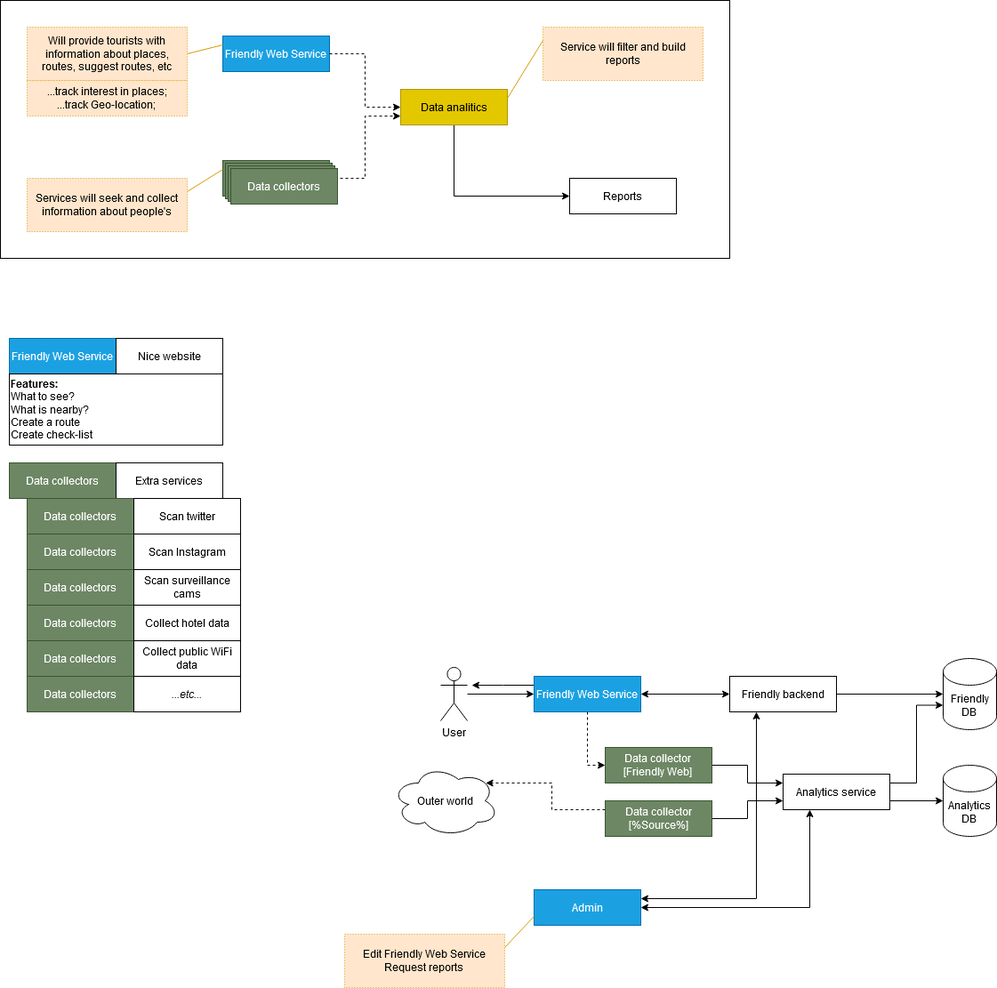
Before: .documentation/promise.png, a diagram exported from draw.io (stainless-chief/h-izumo-navi). Source tidied: cells renumbered, new cells last; positions are measured from the earlier drawing's top-left corner, leaving out a move shared by most shapes.
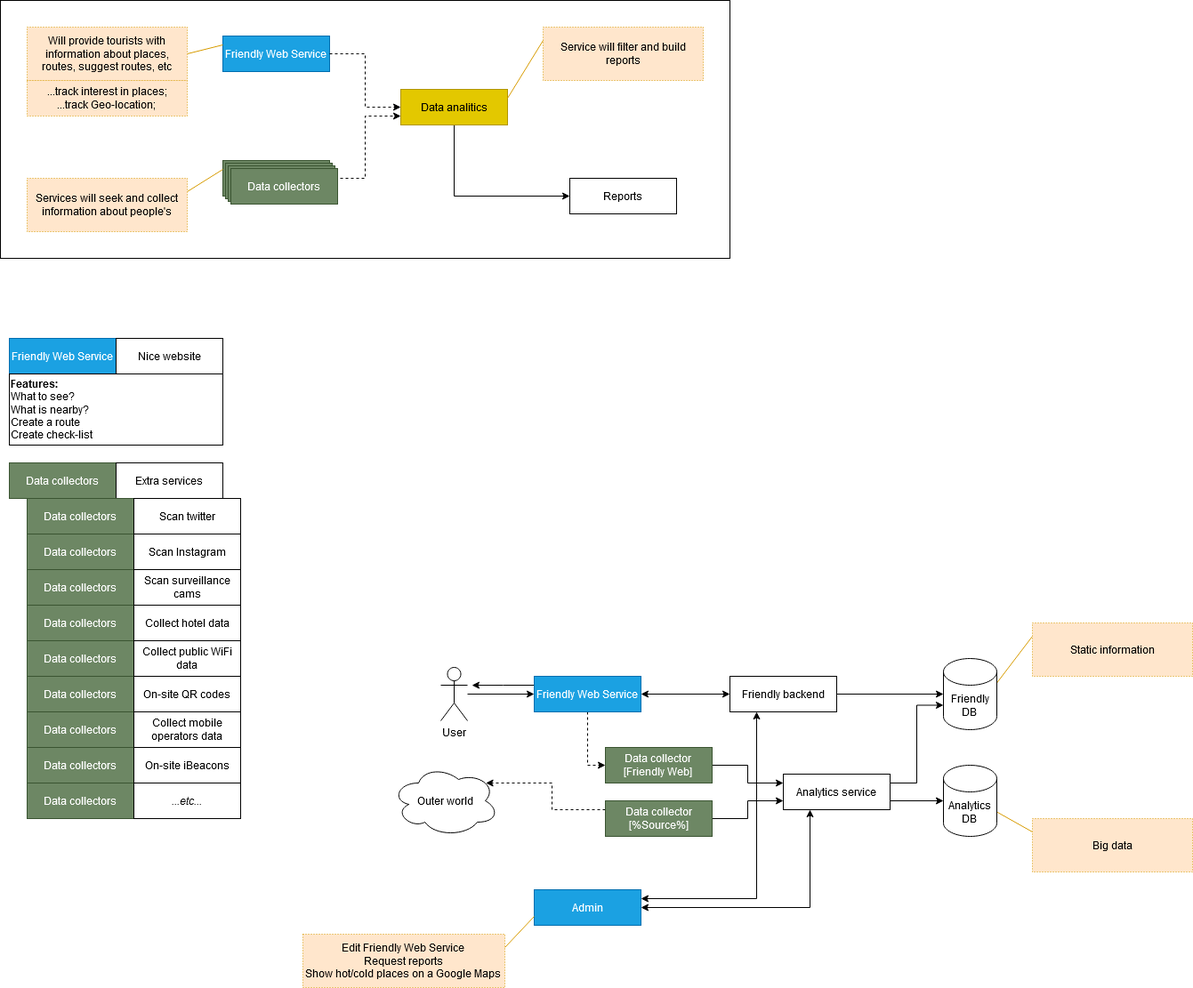
Later version of the same file.

Diff of the diagram source:
```diff
@@ -99,10 +99,10 @@
       <mxGeometry x="150" y="720" width="120" height="40" as="geometry" />
     </mxCell>
     <mxCell id="34" value="Data collectors" style="rounded=0;whiteSpace=wrap;html=1;fillColor=#6d8764;strokeColor=#3A5431;fontColor=#ffffff;" parent="1" vertex="1">
-      <mxGeometry x="30" y="760" width="120" height="40" as="geometry" />
+      <mxGeometry x="30" y="880" width="120" height="40" as="geometry" />
     </mxCell>
     <mxCell id="35" value="&lt;i&gt;...etc...&lt;/i&gt;" style="rounded=0;whiteSpace=wrap;html=1;" parent="1" vertex="1">
-      <mxGeometry x="150" y="760" width="120" height="40" as="geometry" />
+      <mxGeometry x="150" y="880" width="120" height="40" as="geometry" />
     </mxCell>
     <mxCell id="36" style="edgeStyle=orthogonalEdgeStyle;rounded=0;jettySize=auto;html=1;exitX=0.5;exitY=1;exitDx=0;exitDy=0;entryX=0;entryY=0.5;entryDx=0;entryDy=0;dashed=1;" parent="1" edge="1" source="39" target="41">
       <mxGeometry relative="1" as="geometry" />
@@ -166,20 +166,50 @@
     <mxCell id="55" value="Admin" style="rounded=0;whiteSpace=wrap;html=1;fillColor=#1ba1e2;strokeColor=#006EAF;fontColor=#ffffff;" parent="1" vertex="1">
       <mxGeometry x="600" y="1000" width="120" height="40" as="geometry" />
     </mxCell>
+    <mxCell id="61" style="rounded=0;jettySize=auto;html=1;exitX=1;exitY=0;exitDx=0;exitDy=27.5;exitPerimeter=0;entryX=0;entryY=0.25;entryDx=0;entryDy=0;endArrow=none;endFill=0;strokeColor=#D79B00;" parent="1" edge="1" source="56" target="64">
+      <mxGeometry relative="1" as="geometry" />
+    </mxCell>
     <mxCell id="56" value="&lt;div&gt;Friendly&lt;/div&gt;&lt;div&gt;DB&lt;br&gt;&lt;/div&gt;" style="shape=cylinder3;whiteSpace=wrap;html=1;boundedLbl=1;backgroundOutline=1;size=15;" parent="1" vertex="1">
       <mxGeometry x="1060" y="740" width="60" height="80" as="geometry" />
     </mxCell>
+    <mxCell id="62" style="rounded=0;jettySize=auto;html=1;exitX=1;exitY=0;exitDx=0;exitDy=52.5;exitPerimeter=0;entryX=0;entryY=0.25;entryDx=0;entryDy=0;endArrow=none;endFill=0;strokeColor=#D79B00;" parent="1" edge="1" source="57" target="63">
+      <mxGeometry relative="1" as="geometry" />
+    </mxCell>
     <mxCell id="57" value="&lt;div&gt;Analytics&lt;/div&gt;&lt;div&gt;DB&lt;br&gt; &lt;/div&gt;" style="shape=cylinder3;whiteSpace=wrap;html=1;boundedLbl=1;backgroundOutline=1;size=15;" parent="1" vertex="1">
       <mxGeometry x="1060" y="860" width="60" height="80" as="geometry" />
     </mxCell>
     <mxCell id="58" style="rounded=0;jettySize=auto;html=1;exitX=1;exitY=0.25;exitDx=0;exitDy=0;entryX=0;entryY=0.75;entryDx=0;entryDy=0;strokeColor=#D79B00;endArrow=none;endFill=0;" parent="1" edge="1" source="59" target="55">
       <mxGeometry relative="1" as="geometry" />
     </mxCell>
-    <mxCell id="59" value="&lt;div&gt;Edit Friendly Web Service&lt;/div&gt;&lt;div&gt;Request reports&lt;br&gt;&lt;/div&gt;" style="rounded=0;whiteSpace=wrap;html=1;dashed=1;dashPattern=1 2;fillColor=#ffe6cc;strokeColor=#d79b00;" parent="1" vertex="1">
-      <mxGeometry x="387" y="1050" width="180" height="60" as="geometry" />
+    <mxCell id="59" value="&lt;div&gt;Edit Friendly Web Service&lt;/div&gt;&lt;div&gt;Request reports&lt;/div&gt;&lt;div&gt;Show hot/cold places on a Google Maps&lt;br&gt;&lt;/div&gt;" style="rounded=0;whiteSpace=wrap;html=1;dashed=1;dashPattern=1 2;fillColor=#ffe6cc;strokeColor=#d79b00;" parent="1" vertex="1">
+      <mxGeometry x="340" y="1050" width="227" height="60" as="geometry" />
     </mxCell>
     <mxCell id="60" value="Reports" style="rounded=0;whiteSpace=wrap;html=1;" parent="1" vertex="1">
       <mxGeometry x="640" y="200" width="120" height="40" as="geometry" />
     </mxCell>
+    <mxCell id="63" value="Big data" style="rounded=0;whiteSpace=wrap;html=1;dashed=1;dashPattern=1 2;fillColor=#ffe6cc;strokeColor=#d79b00;" parent="1" vertex="1">
+      <mxGeometry x="1160" y="920" width="180" height="60" as="geometry" />
+    </mxCell>
+    <mxCell id="64" value="Static information" style="rounded=0;whiteSpace=wrap;html=1;dashed=1;dashPattern=1 2;fillColor=#ffe6cc;strokeColor=#d79b00;" parent="1" vertex="1">
+      <mxGeometry x="1160" y="700" width="180" height="60" as="geometry" />
+    </mxCell>
+    <mxCell id="65" value="Data collectors" style="rounded=0;whiteSpace=wrap;html=1;fillColor=#6d8764;strokeColor=#3A5431;fontColor=#ffffff;" parent="1" vertex="1">
+      <mxGeometry x="30" y="760" width="120" height="40" as="geometry" />
+    </mxCell>
+    <mxCell id="66" value="On-site QR codes" style="rounded=0;whiteSpace=wrap;html=1;" parent="1" vertex="1">
+      <mxGeometry x="150" y="760" width="120" height="40" as="geometry" />
+    </mxCell>
+    <mxCell id="67" value="Data collectors" style="rounded=0;whiteSpace=wrap;html=1;fillColor=#6d8764;strokeColor=#3A5431;fontColor=#ffffff;" parent="1" vertex="1">
+      <mxGeometry x="30" y="800" width="120" height="40" as="geometry" />
+    </mxCell>
+    <mxCell id="68" value="Collect mobile operators data" style="rounded=0;whiteSpace=wrap;html=1;" parent="1" vertex="1">
+      <mxGeometry x="150" y="800" width="120" height="40" as="geometry" />
+    </mxCell>
+    <mxCell id="69" value="Data collectors" style="rounded=0;whiteSpace=wrap;html=1;fillColor=#6d8764;strokeColor=#3A5431;fontColor=#ffffff;" parent="1" vertex="1">
+      <mxGeometry x="30" y="840" width="120" height="40" as="geometry" />
+    </mxCell>
+    <mxCell id="70" value="On-site iBeacons " style="rounded=0;whiteSpace=wrap;html=1;" parent="1" vertex="1">
+      <mxGeometry x="150" y="840" width="120" height="40" as="geometry" />
+    </mxCell>
   </root>
 </mxGraphModel>
```
